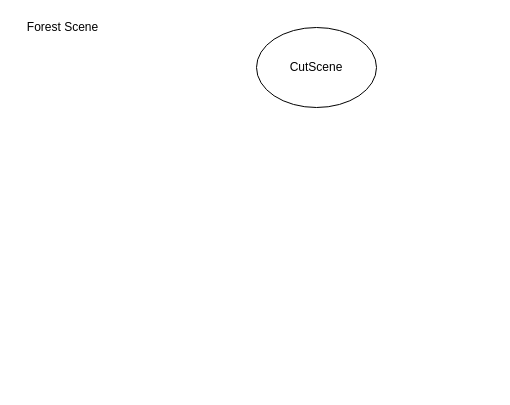
Above: page "Page-2" (2 of 2) of Untitled Diagram.drawio in bennyboy743/Walk-In-Woods-Main (draw.io), before the change. Source tidied: cells renumbered, new cells numbered last; positions are measured from the earlier drawing's top-left corner, leaving out a move shared by most shapes. Both pictures are drawn from the tidied source at 100%, with x=0, y=0 at pixel (17, 17).
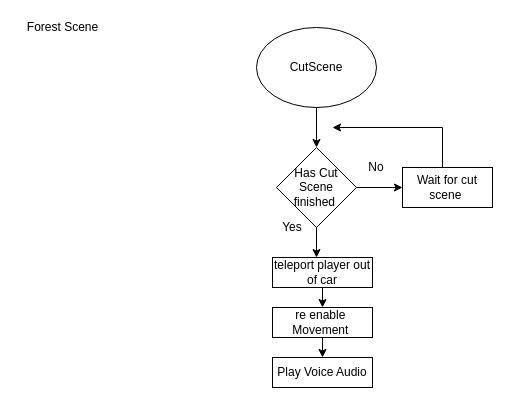
The same page after the edit.

Commit message:
Forest Scene

The change refers to these unchanged cells:
```xml
<mxCell id="3" value="CutScene" style="ellipse;whiteSpace=wrap;html=1;" parent="1" vertex="1">
  <mxGeometry x="239" y="10" width="120" height="80" as="geometry" />
</mxCell>
```

What changed in the source:
```diff
@@
+    <mxCell id="4" style="endArrow=classic;html=1;exitX=0.5;exitY=1;exitDx=0;exitDy=0;" parent="1" edge="1" source="3">
+      <mxGeometry relative="1" as="geometry">
+        <mxPoint x="299" y="130" as="targetPoint" />
+      </mxGeometry>
+    </mxCell>
+    <mxCell id="5" value="Has Cut Scene finished&amp;nbsp;&lt;br&gt;" style="rhombus;whiteSpace=wrap;html=1;" parent="1" vertex="1">
+      <mxGeometry x="259" y="130" width="80" height="80" as="geometry" />
+    </mxCell>
+    <mxCell id="6" value="No&lt;br&gt;" style="text;html=1;strokeColor=none;fillColor=none;align=center;verticalAlign=middle;whiteSpace=wrap;rounded=0;" parent="1" vertex="1">
+      <mxGeometry x="339" y="140" width="40" height="20" as="geometry" />
+    </mxCell>
+    <mxCell id="7" style="endArrow=classic;html=1;exitX=1;exitY=0.5;exitDx=0;exitDy=0;" parent="1" edge="1" source="5">
+      <mxGeometry relative="1" as="geometry">
+        <mxPoint x="385" y="170" as="targetPoint" />
+      </mxGeometry>
+    </mxCell>
+    <mxCell id="8" value="Wait for cut scene&amp;nbsp;" style="rounded=0;whiteSpace=wrap;html=1;" parent="1" vertex="1">
+      <mxGeometry x="385" y="150" width="90" height="40" as="geometry" />
+    </mxCell>
+    <mxCell id="9" style="endArrow=none;html=1;" parent="1" edge="1">
+      <mxGeometry relative="1" as="geometry">
+        <mxPoint x="425" y="150" as="sourcePoint" />
+        <mxPoint x="425" y="110" as="targetPoint" />
+      </mxGeometry>
+    </mxCell>
+    <mxCell id="10" style="endArrow=classic;html=1;" parent="1" edge="1">
+      <mxGeometry relative="1" as="geometry">
+        <mxPoint x="425" y="110" as="sourcePoint" />
+        <mxPoint x="315" y="110" as="targetPoint" />
+      </mxGeometry>
+    </mxCell>
+    <mxCell id="11" style="endArrow=classic;html=1;exitX=0.5;exitY=1;exitDx=0;exitDy=0;" parent="1" edge="1" source="5">
+      <mxGeometry relative="1" as="geometry">
+        <mxPoint x="299" y="240" as="targetPoint" />
+      </mxGeometry>
+    </mxCell>
+    <mxCell id="12" value="Yes&lt;br&gt;" style="text;html=1;strokeColor=none;fillColor=none;align=center;verticalAlign=middle;whiteSpace=wrap;rounded=0;" parent="1" vertex="1">
+      <mxGeometry x="255" y="200" width="40" height="20" as="geometry" />
+    </mxCell>
+    <mxCell id="13" value="teleport player out of car&lt;br&gt;" style="rounded=0;whiteSpace=wrap;html=1;" parent="1" vertex="1">
+      <mxGeometry x="255" y="240" width="100" height="30" as="geometry" />
+    </mxCell>
+    <mxCell id="14" value="&lt;span&gt;re enable&amp;nbsp;&lt;/span&gt;&lt;br&gt;&lt;span&gt;Movement&amp;nbsp;&lt;/span&gt;" style="rounded=0;whiteSpace=wrap;html=1;" parent="1" vertex="1">
+      <mxGeometry x="255" y="290" width="100" height="30" as="geometry" />
+    </mxCell>
+    <mxCell id="15" style="endArrow=classic;html=1;" parent="1" edge="1" source="13">
+      <mxGeometry relative="1" as="geometry">
+        <mxPoint x="305" y="290" as="targetPoint" />
+      </mxGeometry>
+    </mxCell>
+    <mxCell id="16" value="Play Voice Audio&lt;br&gt;" style="rounded=0;whiteSpace=wrap;html=1;" parent="1" vertex="1">
+      <mxGeometry x="255" y="340" width="100" height="30" as="geometry" />
+    </mxCell>
+    <mxCell id="17" style="endArrow=classic;html=1;exitX=0.5;exitY=1;exitDx=0;exitDy=0;entryX=0.5;entryY=0;entryDx=0;entryDy=0;" parent="1" edge="1" source="14" target="16">
+      <mxGeometry relative="1" as="geometry" />
+    </mxCell>
```
